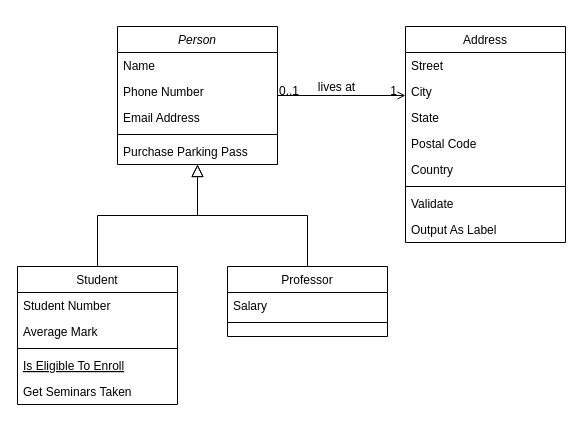
Earlier version of the draw.io diagram Diagrama de clases.drawio (KireSql/ProyectoAMST2023). Source tidied: cells renumbered, new cells numbered last; positions are measured from the earlier drawing's top-left corner, leaving out a move shared by most shapes. Both pictures are drawn from the tidied source at 100%, with x=0, y=0 at pixel (17, 26).
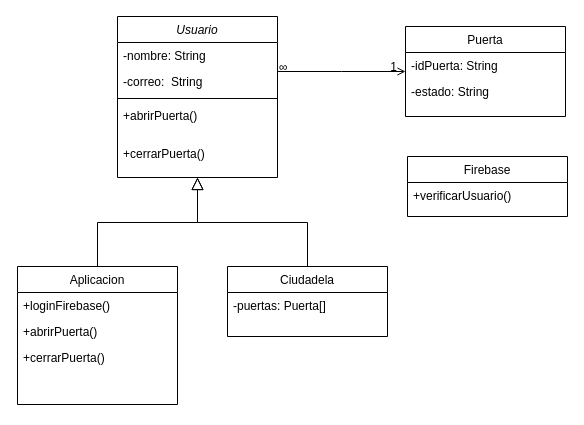
Above is the later version.

The change refers to these unchanged cells:
```xml
<mxCell id="28" style="endArrow=open;shadow=0;strokeWidth=1;rounded=0;endFill=1;edgeStyle=elbowEdgeStyle;elbow=vertical;" parent="1" edge="1" source="2" target="19">
  <mxGeometry x="0.5" y="41" relative="1" as="geometry">
    <mxPoint x="-40" y="32" as="offset" />
  </mxGeometry>
</mxCell>
```

Change to the diagram source:
```diff
@@
-    <mxCell id="2" value="Person" style="swimlane;fontStyle=2;align=center;verticalAlign=top;horizontal=1;startSize=26;rounded=0;shadow=0;strokeWidth=1;" parent="1" vertex="1">
-      <mxGeometry x="100" width="160" height="138" as="geometry" />
+    <mxCell id="2" value="Usuario" style="swimlane;fontStyle=2;align=center;verticalAlign=top;horizontal=1;startSize=26;rounded=0;shadow=0;strokeWidth=1;" parent="1" vertex="1">
+      <mxGeometry x="100" y="-10" width="160" height="161" as="geometry" />
     </mxCell>
-    <mxCell id="3" value="Name" style="text;align=left;verticalAlign=top;spacingLeft=4;spacingRight=4;overflow=hidden;" parent="2" vertex="1">
+    <mxCell id="3" value="-nombre: String" style="text;align=left;verticalAlign=top;spacingLeft=4;spacingRight=4;overflow=hidden;" parent="2" vertex="1">
       <mxGeometry y="26" width="160" height="26" as="geometry" />
     </mxCell>
-    <mxCell id="4" value="Phone Number" style="text;align=left;verticalAlign=top;spacingLeft=4;spacingRight=4;overflow=hidden;rounded=0;shadow=0;html=0;" parent="2" vertex="1">
+    <mxCell id="4" value="-correo:  String" style="text;align=left;verticalAlign=top;spacingLeft=4;spacingRight=4;overflow=hidden;rounded=0;shadow=0;html=0;" parent="2" vertex="1">
       <mxGeometry y="52" width="160" height="26" as="geometry" />
     </mxCell>
-    <mxCell id="5" value="Email Address" style="text;align=left;verticalAlign=top;spacingLeft=4;spacingRight=4;overflow=hidden;rounded=0;shadow=0;html=0;" parent="2" vertex="1">
-      <mxGeometry y="78" width="160" height="26" as="geometry" />
-    </mxCell>
     <mxCell id="6" style="line;html=1;strokeWidth=1;align=left;verticalAlign=middle;spacingTop=-1;spacingLeft=3;spacingRight=3;labelPosition=right;" parent="2" vertex="1">
-      <mxGeometry y="104" width="160" height="8" as="geometry" />
+      <mxGeometry y="78" width="160" height="8" as="geometry" />
     </mxCell>
-    <mxCell id="7" value="Purchase Parking Pass" style="text;align=left;verticalAlign=top;spacingLeft=4;spacingRight=4;overflow=hidden;" parent="2" vertex="1">
-      <mxGeometry y="112" width="160" height="26" as="geometry" />
+    <mxCell id="7" value="+abrirPuerta()&#10;" style="text;align=left;verticalAlign=top;spacingLeft=4;spacingRight=4;overflow=hidden;strokeWidth=2;" parent="2" vertex="1">
+      <mxGeometry y="86" width="160" height="24" as="geometry" />
     </mxCell>
+    <mxCell id="32" value="&#10;+cerrarPuerta()" style="text;align=left;verticalAlign=top;spacingLeft=4;spacingRight=4;overflow=hidden;strokeWidth=2;" parent="2" vertex="1">
+      <mxGeometry y="110" width="160" height="51" as="geometry" />
+    </mxCell>
-    <mxCell id="8" value="Student" style="swimlane;fontStyle=0;align=center;verticalAlign=top;horizontal=1;startSize=26;rounded=0;shadow=0;strokeWidth=1;" parent="1" vertex="1">
+    <mxCell id="8" value="Aplicacion" style="swimlane;fontStyle=0;align=center;verticalAlign=top;horizontal=1;startSize=26;rounded=0;shadow=0;strokeWidth=1;" parent="1" vertex="1">
       <mxGeometry y="240" width="160" height="138" as="geometry" />
     </mxCell>
-    <mxCell id="9" value="Student Number" style="text;align=left;verticalAlign=top;spacingLeft=4;spacingRight=4;overflow=hidden;" parent="8" vertex="1">
-      <mxGeometry y="26" width="160" height="26" as="geometry" />
-    </mxCell>
-    <mxCell id="10" value="Average Mark" style="text;align=left;verticalAlign=top;spacingLeft=4;spacingRight=4;overflow=hidden;rounded=0;shadow=0;html=0;" parent="8" vertex="1">
-      <mxGeometry y="52" width="160" height="26" as="geometry" />
-    </mxCell>
-    <mxCell id="11" style="line;html=1;strokeWidth=1;align=left;verticalAlign=middle;spacingTop=-1;spacingLeft=3;spacingRight=3;labelPosition=right;" parent="8" vertex="1">
-      <mxGeometry y="78" width="160" height="8" as="geometry" />
-    </mxCell>
-    <mxCell id="12" value="Is Eligible To Enroll" style="text;align=left;verticalAlign=top;spacingLeft=4;spacingRight=4;overflow=hidden;fontStyle=4;" parent="8" vertex="1">
-      <mxGeometry y="86" width="160" height="26" as="geometry" />
-    </mxCell>
-    <mxCell id="13" value="Get Seminars Taken" style="text;align=left;verticalAlign=top;spacingLeft=4;spacingRight=4;overflow=hidden;" parent="8" vertex="1">
-      <mxGeometry y="112" width="160" height="26" as="geometry" />
-    </mxCell>
+    <mxCell id="33" value="+loginFirebase()" style="text;align=left;verticalAlign=top;spacingLeft=4;spacingRight=4;overflow=hidden;" parent="8" vertex="1">
+      <mxGeometry y="26" width="160" height="26" as="geometry" />
+    </mxCell>
+    <mxCell id="34" value="+abrirPuerta()" style="text;align=left;verticalAlign=top;spacingLeft=4;spacingRight=4;overflow=hidden;" parent="8" vertex="1">
+      <mxGeometry y="52" width="160" height="26" as="geometry" />
+    </mxCell>
+    <mxCell id="35" value="+cerrarPuerta()" style="text;align=left;verticalAlign=top;spacingLeft=4;spacingRight=4;overflow=hidden;" parent="8" vertex="1">
+      <mxGeometry y="78" width="160" height="26" as="geometry" />
+    </mxCell>
@@
-    <mxCell id="15" value="Professor" style="swimlane;fontStyle=0;align=center;verticalAlign=top;horizontal=1;startSize=26;rounded=0;shadow=0;strokeWidth=1;" parent="1" vertex="1">
+    <mxCell id="15" value="Ciudadela" style="swimlane;fontStyle=0;align=center;verticalAlign=top;horizontal=1;startSize=26;rounded=0;shadow=0;strokeWidth=1;" parent="1" vertex="1">
       <mxGeometry x="210" y="240" width="160" height="70" as="geometry" />
     </mxCell>
-    <mxCell id="16" value="Salary" style="text;align=left;verticalAlign=top;spacingLeft=4;spacingRight=4;overflow=hidden;" parent="15" vertex="1">
+    <mxCell id="16" value="-puertas: Puerta[]" style="text;align=left;verticalAlign=top;spacingLeft=4;spacingRight=4;overflow=hidden;" parent="15" vertex="1">
       <mxGeometry y="26" width="160" height="26" as="geometry" />
     </mxCell>
-    <mxCell id="17" style="line;html=1;strokeWidth=1;align=left;verticalAlign=middle;spacingTop=-1;spacingLeft=3;spacingRight=3;labelPosition=right;" parent="15" vertex="1">
-      <mxGeometry y="52" width="160" height="8" as="geometry" />
-    </mxCell>
@@
-    <mxCell id="19" value="Address" style="swimlane;fontStyle=0;align=center;verticalAlign=top;horizontal=1;startSize=26;rounded=0;shadow=0;strokeWidth=1;" parent="1" vertex="1">
-      <mxGeometry x="388" width="160" height="216" as="geometry" />
+    <mxCell id="19" value="Puerta" style="swimlane;fontStyle=0;align=center;verticalAlign=top;horizontal=1;startSize=26;rounded=0;shadow=0;strokeWidth=1;" parent="1" vertex="1">
+      <mxGeometry x="388" width="160" height="90" as="geometry" />
     </mxCell>
-    <mxCell id="20" value="Street" style="text;align=left;verticalAlign=top;spacingLeft=4;spacingRight=4;overflow=hidden;" parent="19" vertex="1">
+    <mxCell id="20" value="-idPuerta: String" style="text;align=left;verticalAlign=top;spacingLeft=4;spacingRight=4;overflow=hidden;" parent="19" vertex="1">
       <mxGeometry y="26" width="160" height="26" as="geometry" />
     </mxCell>
-    <mxCell id="21" value="City" style="text;align=left;verticalAlign=top;spacingLeft=4;spacingRight=4;overflow=hidden;rounded=0;shadow=0;html=0;" parent="19" vertex="1">
+    <mxCell id="21" value="-estado: String" style="text;align=left;verticalAlign=top;spacingLeft=4;spacingRight=4;overflow=hidden;rounded=0;shadow=0;html=0;" parent="19" vertex="1">
       <mxGeometry y="52" width="160" height="26" as="geometry" />
     </mxCell>
-    <mxCell id="22" value="State" style="text;align=left;verticalAlign=top;spacingLeft=4;spacingRight=4;overflow=hidden;rounded=0;shadow=0;html=0;" parent="19" vertex="1">
-      <mxGeometry y="78" width="160" height="26" as="geometry" />
-    </mxCell>
-    <mxCell id="23" value="Postal Code" style="text;align=left;verticalAlign=top;spacingLeft=4;spacingRight=4;overflow=hidden;rounded=0;shadow=0;html=0;" parent="19" vertex="1">
-      <mxGeometry y="104" width="160" height="26" as="geometry" />
-    </mxCell>
-    <mxCell id="24" value="Country" style="text;align=left;verticalAlign=top;spacingLeft=4;spacingRight=4;overflow=hidden;rounded=0;shadow=0;html=0;" parent="19" vertex="1">
-      <mxGeometry y="130" width="160" height="26" as="geometry" />
-    </mxCell>
-    <mxCell id="25" style="line;html=1;strokeWidth=1;align=left;verticalAlign=middle;spacingTop=-1;spacingLeft=3;spacingRight=3;labelPosition=right;" parent="19" vertex="1">
-      <mxGeometry y="156" width="160" height="8" as="geometry" />
-    </mxCell>
-    <mxCell id="26" value="Validate" style="text;align=left;verticalAlign=top;spacingLeft=4;spacingRight=4;overflow=hidden;" parent="19" vertex="1">
-      <mxGeometry y="164" width="160" height="26" as="geometry" />
-    </mxCell>
-    <mxCell id="27" value="Output As Label" style="text;align=left;verticalAlign=top;spacingLeft=4;spacingRight=4;overflow=hidden;" parent="19" vertex="1">
-      <mxGeometry y="190" width="160" height="26" as="geometry" />
-    </mxCell>
@@
-    <mxCell id="29" value="0..1" style="align=left;verticalAlign=bottom;labelBackgroundColor=none;fontSize=12;" parent="28" vertex="1">
+    <mxCell id="29" value="∞" style="align=left;verticalAlign=bottom;labelBackgroundColor=none;fontSize=12;" parent="28" vertex="1">
       <mxGeometry x="-1" relative="1" as="geometry">
         <mxPoint y="4" as="offset" />
       </mxGeometry>
     </mxCell>
@@
-    <mxCell id="31" value="lives at" style="text;html=1;align=center;verticalAlign=middle;labelBackgroundColor=none;rounded=0;shadow=0;strokeWidth=1;fontSize=12;" parent="28" vertex="1">
-      <mxGeometry x="0.5" y="49" relative="1" as="geometry">
-        <mxPoint x="-38" y="40" as="offset" />
-      </mxGeometry>
-    </mxCell>
+    <mxCell id="36" value="Firebase" style="swimlane;fontStyle=0;align=center;verticalAlign=top;horizontal=1;startSize=26;rounded=0;shadow=0;strokeWidth=1;" parent="1" vertex="1">
+      <mxGeometry x="390" y="130" width="160" height="60" as="geometry" />
+    </mxCell>
+    <mxCell id="37" value="+verificarUsuario()" style="text;align=left;verticalAlign=top;spacingLeft=4;spacingRight=4;overflow=hidden;" parent="36" vertex="1">
+      <mxGeometry y="26" width="160" height="26" as="geometry" />
+    </mxCell>
```
